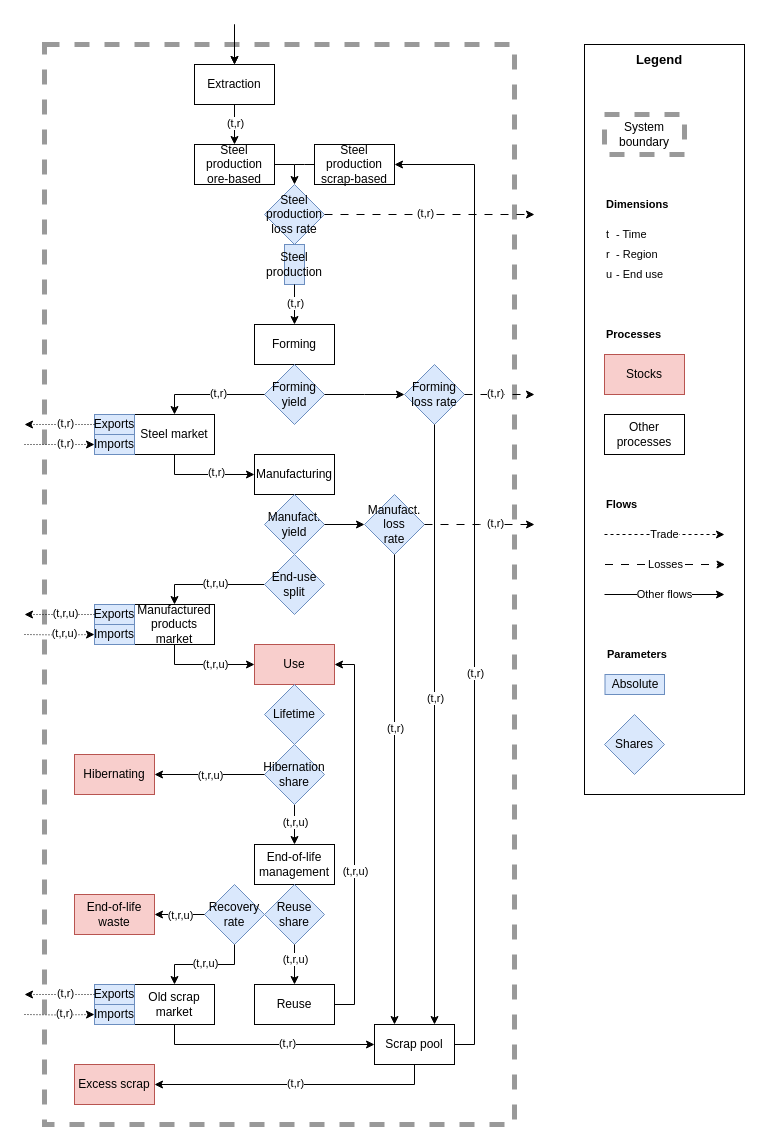
pik-piam/remind-mfa keeps this draw.io diagram as paper/figures/drawio/steel.drawio. Above is the earlier version. Source tidied: cells renumbered, new cells numbered last; positions are measured from the earlier drawing's top-left corner, leaving out a move shared by most shapes. Both pictures are drawn from the tidied source at 100%, with x=0, y=0 at pixel (24, 24).
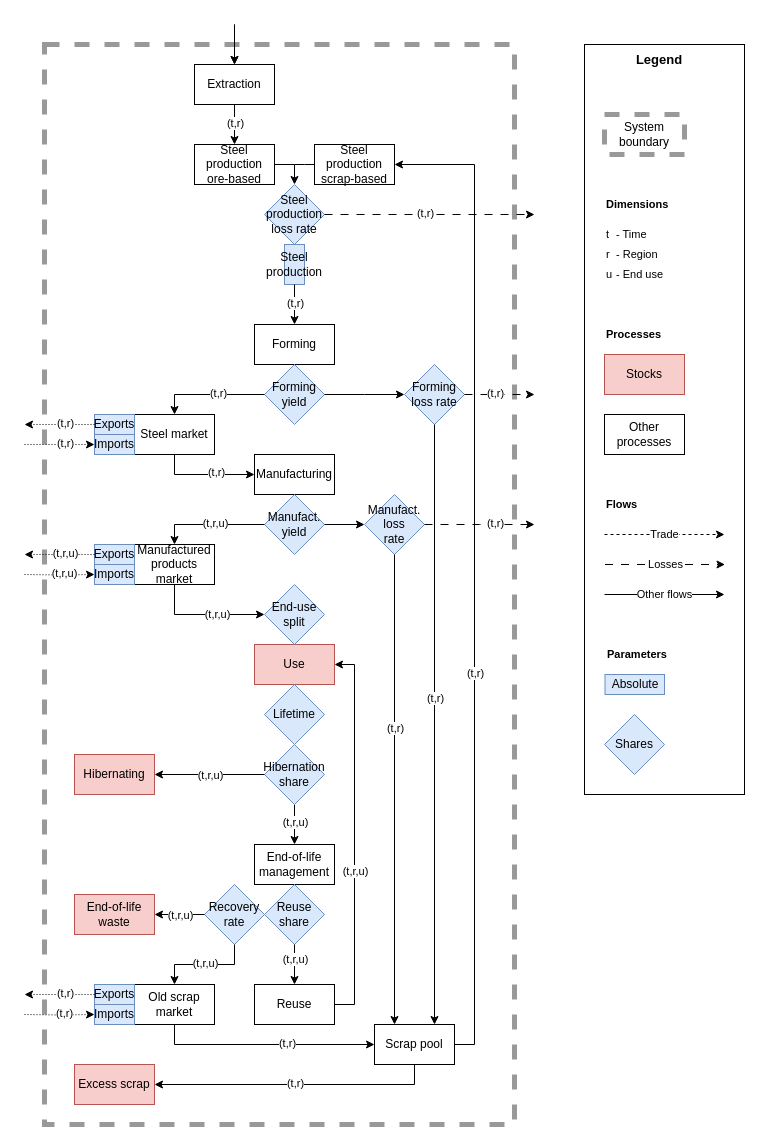
The same page after the edit.

Unchanged cells that the change refers to:
```xml
<mxCell id="20" value="Manufact. yield" style="rhombus;whiteSpace=wrap;html=1;fillColor=#dae8fc;strokeColor=#6c8ebf;" parent="1" vertex="1">
  <mxGeometry x="240" y="470" width="60" height="60" as="geometry" />
</mxCell>
<mxCell id="27" value="Use" style="rounded=0;whiteSpace=wrap;html=1;fillColor=#f8cecc;strokeColor=#b85450;" parent="1" vertex="1">
  <mxGeometry x="230" y="620" width="80" height="40" as="geometry" />
</mxCell>
```

The edit, as a diff of the source:
```diff
@@
-    <mxCell id="28" style="edgeStyle=orthogonalEdgeStyle;rounded=0;jettySize=auto;html=1;entryX=0.5;entryY=0;entryDx=0;entryDy=0;exitX=0;exitY=0.5;exitDx=0;exitDy=0;" parent="1" edge="1" source="77" target="30">
+    <mxCell id="28" style="edgeStyle=orthogonalEdgeStyle;rounded=0;jettySize=auto;html=1;entryX=0.5;entryY=0;entryDx=0;entryDy=0;exitX=0;exitY=0.5;exitDx=0;exitDy=0;" parent="1" edge="1" source="20" target="30">
       <mxGeometry relative="1" as="geometry" />
     </mxCell>
@@
     <mxCell id="30" value="Manufactured products market" style="rounded=0;whiteSpace=wrap;html=1;" parent="1" vertex="1">
-      <mxGeometry x="110" y="580" width="80" height="40" as="geometry" />
+      <mxGeometry x="110" y="520" width="80" height="40" as="geometry" />
     </mxCell>
-    <mxCell id="31" style="edgeStyle=orthogonalEdgeStyle;rounded=0;jettySize=auto;html=1;exitX=0.5;exitY=1;exitDx=0;exitDy=0;entryX=0;entryY=0.5;entryDx=0;entryDy=0;" parent="1" edge="1" source="30" target="27">
+    <mxCell id="31" style="edgeStyle=orthogonalEdgeStyle;rounded=0;jettySize=auto;html=1;exitX=0.5;exitY=1;exitDx=0;exitDy=0;entryX=0;entryY=0.5;entryDx=0;entryDy=0;" parent="1" edge="1" source="30" target="77">
       <mxGeometry relative="1" as="geometry" />
     </mxCell>
@@
     <mxCell id="39" value="Exports" style="rounded=0;whiteSpace=wrap;html=1;fillColor=#dae8fc;strokeColor=#6c8ebf;" parent="1" vertex="1">
-      <mxGeometry x="70" y="580" width="40" height="20" as="geometry" />
+      <mxGeometry x="70" y="520" width="40" height="20" as="geometry" />
     </mxCell>
     <mxCell id="40" value="Imports" style="rounded=0;whiteSpace=wrap;html=1;fillColor=#dae8fc;strokeColor=#6c8ebf;" parent="1" vertex="1">
-      <mxGeometry x="70" y="600" width="40" height="20" as="geometry" />
+      <mxGeometry x="70" y="540" width="40" height="20" as="geometry" />
     </mxCell>
     <mxCell id="41" style="edgeStyle=orthogonalEdgeStyle;rounded=0;jettySize=auto;html=1;exitX=0;exitY=0.5;exitDx=0;exitDy=0;dashed=1;dashPattern=1 2;" parent="1" edge="1" source="39">
       <mxGeometry relative="1" as="geometry">
-        <mxPoint y="590" as="targetPoint" />
+        <mxPoint y="530" as="targetPoint" />
       </mxGeometry>
     </mxCell>
@@
     <mxCell id="43" style="edgeStyle=orthogonalEdgeStyle;rounded=0;jettySize=auto;html=1;entryX=0;entryY=0.5;entryDx=0;entryDy=0;dashed=1;dashPattern=1 2;" parent="1" edge="1" target="40">
       <mxGeometry relative="1" as="geometry">
-        <mxPoint y="610" as="sourcePoint" />
+        <mxPoint y="550" as="sourcePoint" />
       </mxGeometry>
     </mxCell>
@@
     <mxCell id="77" value="End-use split" style="rhombus;whiteSpace=wrap;html=1;fillColor=#dae8fc;strokeColor=#6c8ebf;" parent="1" vertex="1">
-      <mxGeometry x="240" y="530" width="60" height="60" as="geometry" />
+      <mxGeometry x="240" y="560" width="60" height="60" as="geometry" />
     </mxCell>
```
